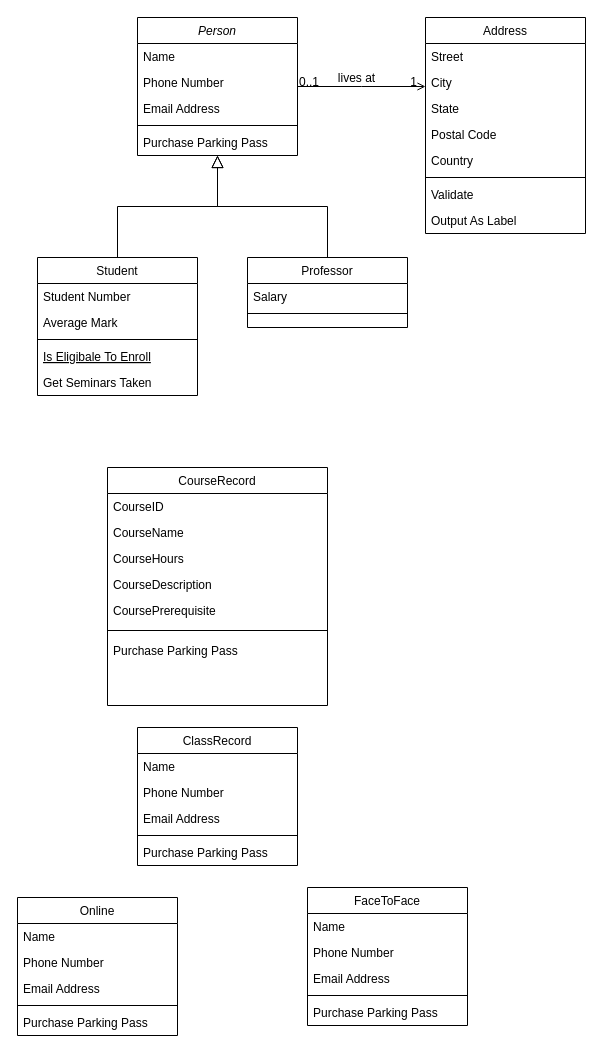
Above: 4-1-Assignment.drawio in kincaidtk901/Workspace (draw.io), before the change. Source tidied: cells renumbered, new cells numbered last; positions are measured from the earlier drawing's top-left corner, leaving out a move shared by most shapes. Both pictures are drawn from the tidied source at 100%, with x=0, y=0 at pixel (17, 17).
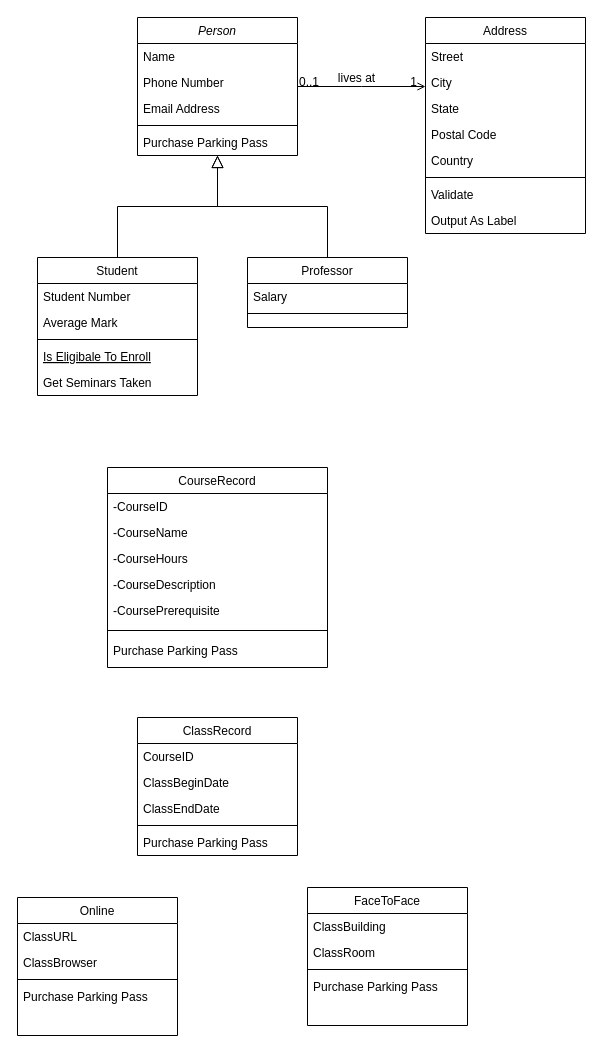
After the change.

The change refers to these unchanged cells:
```xml
<mxCell id="46" value="Online" style="swimlane;fontStyle=0;align=center;verticalAlign=top;horizontal=1;startSize=26;rounded=0;shadow=0;strokeWidth=1;" parent="1" vertex="1">
  <mxGeometry y="880" width="160" height="138" as="geometry" />
</mxCell>
<mxCell id="52" value="FaceToFace" style="swimlane;fontStyle=0;align=center;verticalAlign=top;horizontal=1;startSize=26;rounded=0;shadow=0;strokeWidth=1;" parent="1" vertex="1">
  <mxGeometry x="290" y="870" width="160" height="138" as="geometry" />
</mxCell>
```

Change to the diagram source:
```diff
@@
     <mxCell id="32" value="ClassRecord" style="swimlane;fontStyle=0;align=center;verticalAlign=top;horizontal=1;startSize=26;rounded=0;shadow=0;strokeWidth=1;" parent="1" vertex="1">
-      <mxGeometry x="120" y="710" width="160" height="138" as="geometry" />
+      <mxGeometry x="120" y="700" width="160" height="138" as="geometry" />
     </mxCell>
-    <mxCell id="33" value="Name" style="text;align=left;verticalAlign=top;spacingLeft=4;spacingRight=4;overflow=hidden;" parent="32" vertex="1">
+    <mxCell id="33" value="CourseID" style="text;align=left;verticalAlign=top;spacingLeft=4;spacingRight=4;overflow=hidden;" parent="32" vertex="1">
       <mxGeometry y="26" width="160" height="26" as="geometry" />
     </mxCell>
-    <mxCell id="34" value="Phone Number" style="text;align=left;verticalAlign=top;spacingLeft=4;spacingRight=4;overflow=hidden;rounded=0;shadow=0;html=0;" parent="32" vertex="1">
+    <mxCell id="34" value="ClassBeginDate" style="text;align=left;verticalAlign=top;spacingLeft=4;spacingRight=4;overflow=hidden;rounded=0;shadow=0;html=0;" parent="32" vertex="1">
       <mxGeometry y="52" width="160" height="26" as="geometry" />
     </mxCell>
-    <mxCell id="35" value="Email Address" style="text;align=left;verticalAlign=top;spacingLeft=4;spacingRight=4;overflow=hidden;rounded=0;shadow=0;html=0;" parent="32" vertex="1">
+    <mxCell id="35" value="ClassEndDate" style="text;align=left;verticalAlign=top;spacingLeft=4;spacingRight=4;overflow=hidden;rounded=0;shadow=0;html=0;" parent="32" vertex="1">
       <mxGeometry y="78" width="160" height="26" as="geometry" />
     </mxCell>
@@
     <mxCell id="38" value="CourseRecord" style="swimlane;fontStyle=0;align=center;verticalAlign=top;horizontal=1;startSize=26;rounded=0;shadow=0;strokeWidth=1;" parent="1" vertex="1">
-      <mxGeometry x="90" y="450" width="220" height="238" as="geometry" />
+      <mxGeometry x="90" y="450" width="220" height="200" as="geometry" />
     </mxCell>
-    <mxCell id="39" value="CourseID" style="text;align=left;verticalAlign=top;spacingLeft=4;spacingRight=4;overflow=hidden;" parent="38" vertex="1">
+    <mxCell id="39" value="-CourseID" style="text;align=left;verticalAlign=top;spacingLeft=4;spacingRight=4;overflow=hidden;" parent="38" vertex="1">
       <mxGeometry y="26" width="220" height="26" as="geometry" />
     </mxCell>
-    <mxCell id="40" value="CourseName" style="text;align=left;verticalAlign=top;spacingLeft=4;spacingRight=4;overflow=hidden;rounded=0;shadow=0;html=0;" parent="38" vertex="1">
+    <mxCell id="40" value="-CourseName" style="text;align=left;verticalAlign=top;spacingLeft=4;spacingRight=4;overflow=hidden;rounded=0;shadow=0;html=0;" parent="38" vertex="1">
       <mxGeometry y="52" width="220" height="26" as="geometry" />
     </mxCell>
-    <mxCell id="41" value="CourseHours" style="text;align=left;verticalAlign=top;spacingLeft=4;spacingRight=4;overflow=hidden;rounded=0;shadow=0;html=0;" parent="38" vertex="1">
+    <mxCell id="41" value="-CourseHours" style="text;align=left;verticalAlign=top;spacingLeft=4;spacingRight=4;overflow=hidden;rounded=0;shadow=0;html=0;" parent="38" vertex="1">
       <mxGeometry y="78" width="220" height="26" as="geometry" />
     </mxCell>
-    <mxCell id="42" value="CourseDescription" style="text;align=left;verticalAlign=top;spacingLeft=4;spacingRight=4;overflow=hidden;rounded=0;shadow=0;html=0;" parent="38" vertex="1">
+    <mxCell id="42" value="-CourseDescription" style="text;align=left;verticalAlign=top;spacingLeft=4;spacingRight=4;overflow=hidden;rounded=0;shadow=0;html=0;" parent="38" vertex="1">
       <mxGeometry y="104" width="220" height="26" as="geometry" />
     </mxCell>
-    <mxCell id="43" value="CoursePrerequisite" style="text;align=left;verticalAlign=top;spacingLeft=4;spacingRight=4;overflow=hidden;rounded=0;shadow=0;html=0;" parent="38" vertex="1">
+    <mxCell id="43" value="-CoursePrerequisite" style="text;align=left;verticalAlign=top;spacingLeft=4;spacingRight=4;overflow=hidden;rounded=0;shadow=0;html=0;" parent="38" vertex="1">
       <mxGeometry y="130" width="220" height="26" as="geometry" />
     </mxCell>
@@
-    <mxCell id="47" value="Name" style="text;align=left;verticalAlign=top;spacingLeft=4;spacingRight=4;overflow=hidden;" parent="46" vertex="1">
+    <mxCell id="47" value="ClassURL" style="text;align=left;verticalAlign=top;spacingLeft=4;spacingRight=4;overflow=hidden;" parent="46" vertex="1">
       <mxGeometry y="26" width="160" height="26" as="geometry" />
     </mxCell>
-    <mxCell id="48" value="Phone Number" style="text;align=left;verticalAlign=top;spacingLeft=4;spacingRight=4;overflow=hidden;rounded=0;shadow=0;html=0;" parent="46" vertex="1">
+    <mxCell id="48" value="ClassBrowser" style="text;align=left;verticalAlign=top;spacingLeft=4;spacingRight=4;overflow=hidden;rounded=0;shadow=0;html=0;" parent="46" vertex="1">
       <mxGeometry y="52" width="160" height="26" as="geometry" />
     </mxCell>
-    <mxCell id="49" value="Email Address" style="text;align=left;verticalAlign=top;spacingLeft=4;spacingRight=4;overflow=hidden;rounded=0;shadow=0;html=0;" parent="46" vertex="1">
-      <mxGeometry y="78" width="160" height="26" as="geometry" />
-    </mxCell>
     <mxCell id="50" style="line;html=1;strokeWidth=1;align=left;verticalAlign=middle;spacingTop=-1;spacingLeft=3;spacingRight=3;labelPosition=right;" parent="46" vertex="1">
-      <mxGeometry y="104" width="160" height="8" as="geometry" />
+      <mxGeometry y="78" width="160" height="8" as="geometry" />
     </mxCell>
     <mxCell id="51" value="Purchase Parking Pass" style="text;align=left;verticalAlign=top;spacingLeft=4;spacingRight=4;overflow=hidden;" parent="46" vertex="1">
-      <mxGeometry y="112" width="160" height="26" as="geometry" />
+      <mxGeometry y="86" width="160" height="26" as="geometry" />
     </mxCell>
@@
-    <mxCell id="53" value="Name" style="text;align=left;verticalAlign=top;spacingLeft=4;spacingRight=4;overflow=hidden;" parent="52" vertex="1">
+    <mxCell id="53" value="ClassBuilding" style="text;align=left;verticalAlign=top;spacingLeft=4;spacingRight=4;overflow=hidden;" parent="52" vertex="1">
       <mxGeometry y="26" width="160" height="26" as="geometry" />
     </mxCell>
-    <mxCell id="54" value="Phone Number" style="text;align=left;verticalAlign=top;spacingLeft=4;spacingRight=4;overflow=hidden;rounded=0;shadow=0;html=0;" parent="52" vertex="1">
+    <mxCell id="54" value="ClassRoom" style="text;align=left;verticalAlign=top;spacingLeft=4;spacingRight=4;overflow=hidden;rounded=0;shadow=0;html=0;" parent="52" vertex="1">
       <mxGeometry y="52" width="160" height="26" as="geometry" />
     </mxCell>
-    <mxCell id="55" value="Email Address" style="text;align=left;verticalAlign=top;spacingLeft=4;spacingRight=4;overflow=hidden;rounded=0;shadow=0;html=0;" parent="52" vertex="1">
-      <mxGeometry y="78" width="160" height="26" as="geometry" />
-    </mxCell>
     <mxCell id="56" style="line;html=1;strokeWidth=1;align=left;verticalAlign=middle;spacingTop=-1;spacingLeft=3;spacingRight=3;labelPosition=right;" parent="52" vertex="1">
-      <mxGeometry y="104" width="160" height="8" as="geometry" />
+      <mxGeometry y="78" width="160" height="8" as="geometry" />
     </mxCell>
     <mxCell id="57" value="Purchase Parking Pass" style="text;align=left;verticalAlign=top;spacingLeft=4;spacingRight=4;overflow=hidden;" parent="52" vertex="1">
-      <mxGeometry y="112" width="160" height="26" as="geometry" />
+      <mxGeometry y="86" width="160" height="26" as="geometry" />
     </mxCell>
```
